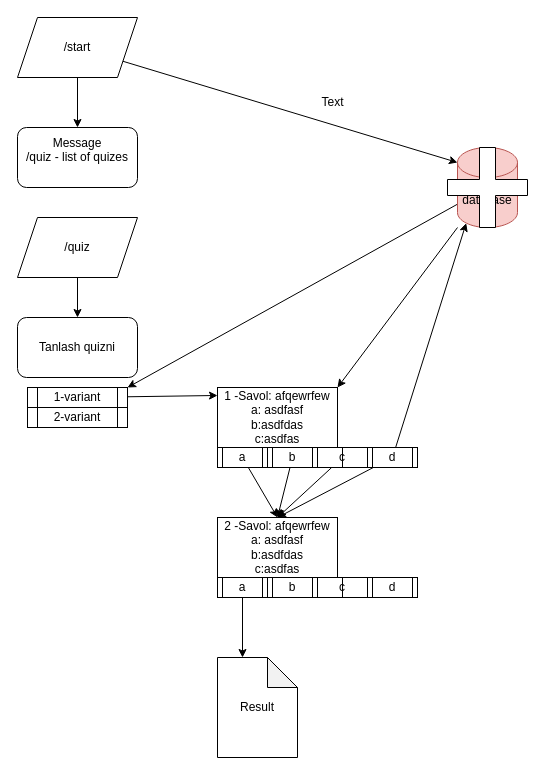
Above: user_flow.drawio in Shaxrizod071/quiz_bot (draw.io), before the change. Source tidied: cells renumbered, new cells numbered last; positions are measured from the earlier drawing's top-left corner, leaving out a move shared by most shapes. Both pictures are drawn from the tidied source at 100%, with x=0, y=0 at pixel (17, 17).
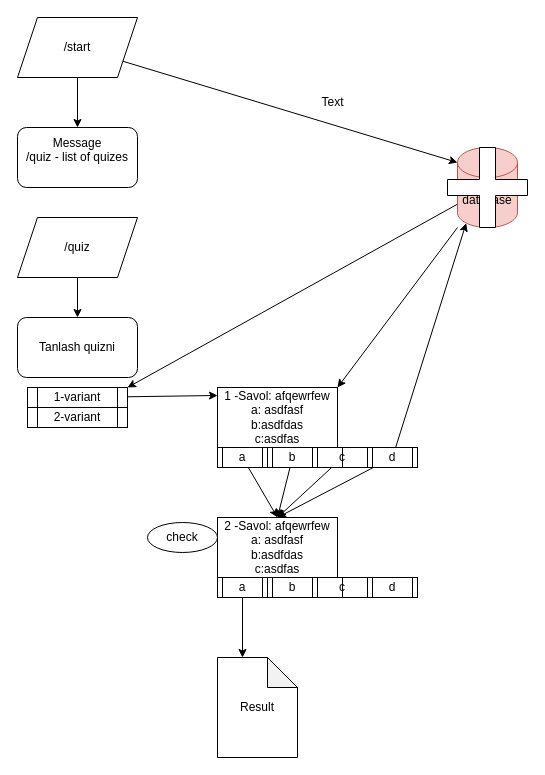
The same page after the edit.

Commit message:
Update user flow diagram to adjust dimensions and add a check element

The edit, as a diff of the source:
```diff
@@
+    <mxCell id="34" value="check" style="ellipse;whiteSpace=wrap;html=1;" parent="1" vertex="1">
+      <mxGeometry x="130" y="505" width="70" height="30" as="geometry" />
+    </mxCell>
```
